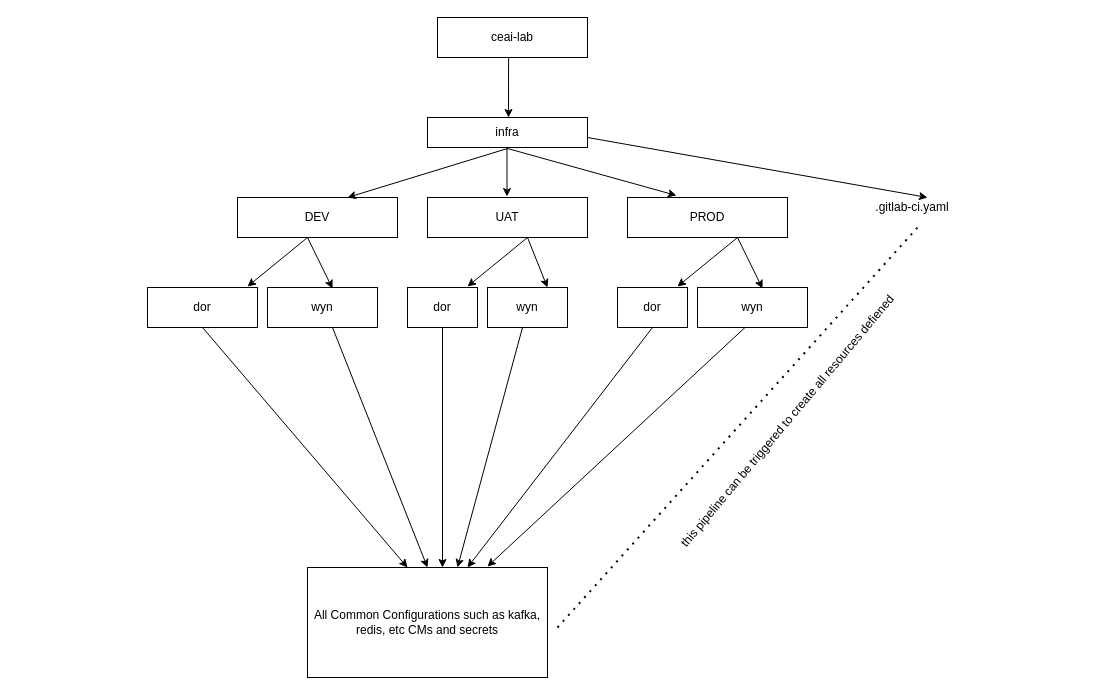
The draw.io diagram Untitled Diagram.drawio in vishalshah1984/samle-CI, before the edit. Source tidied: cells renumbered, new cells numbered last; positions are measured from the earlier drawing's top-left corner, leaving out a move shared by most shapes. Both pictures are drawn from the tidied source at 100%, with x=0, y=0 at pixel (147, 17).
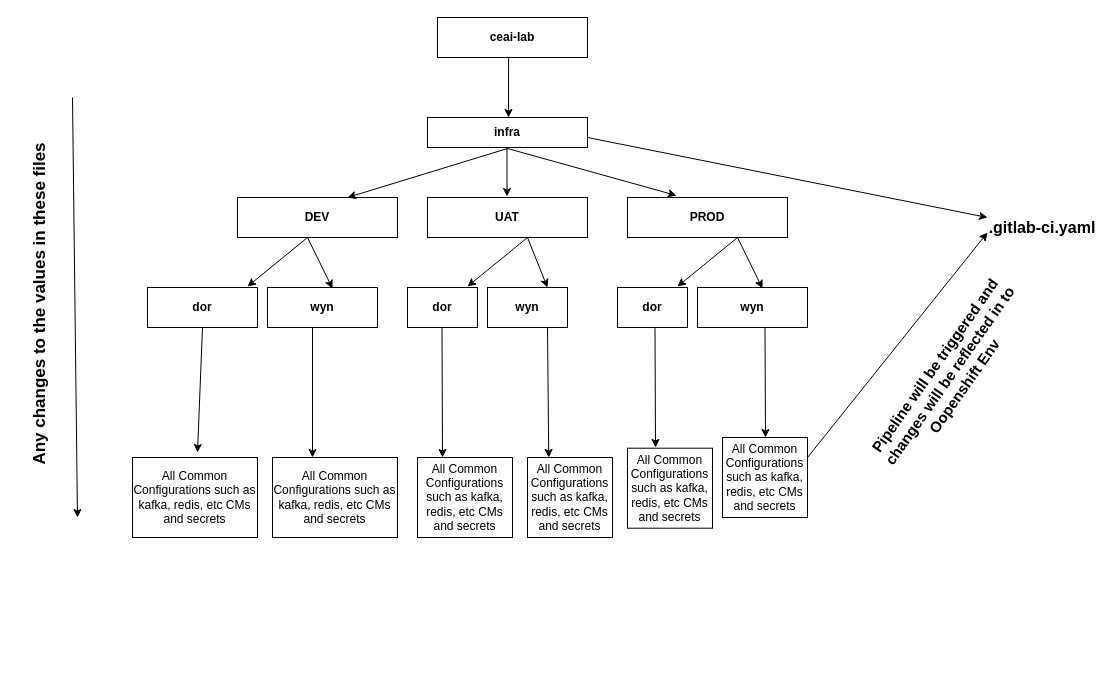
The same diagram, later.

Diff of the diagram source:
```diff
@@
-    <mxCell id="2" value="ceai-lab" style="rounded=0;whiteSpace=wrap;html=1;" parent="1" vertex="1">
+    <mxCell id="2" value="ceai-lab" style="rounded=0;whiteSpace=wrap;html=1;fontStyle=1;" parent="1" vertex="1">
       <mxGeometry x="290" width="150" height="40" as="geometry" />
     </mxCell>
@@
-    <mxCell id="4" value="infra" style="rounded=0;whiteSpace=wrap;html=1;" parent="1" vertex="1">
+    <mxCell id="4" value="infra" style="rounded=0;whiteSpace=wrap;html=1;fontStyle=1;" parent="1" vertex="1">
       <mxGeometry x="280" y="100" width="160" height="30" as="geometry" />
     </mxCell>
@@
-    <mxCell id="6" value="UAT" style="rounded=0;whiteSpace=wrap;html=1;" parent="1" vertex="1">
+    <mxCell id="6" value="UAT" style="rounded=0;whiteSpace=wrap;html=1;fontStyle=1;" parent="1" vertex="1">
       <mxGeometry x="280" y="180" width="160" height="40" as="geometry" />
     </mxCell>
@@
-    <mxCell id="8" value="DEV" style="rounded=0;whiteSpace=wrap;html=1;" parent="1" vertex="1">
+    <mxCell id="8" value="DEV" style="rounded=0;whiteSpace=wrap;html=1;fontStyle=1;" parent="1" vertex="1">
       <mxGeometry x="90" y="180" width="160" height="40" as="geometry" />
     </mxCell>
-    <mxCell id="9" value="PROD" style="rounded=0;whiteSpace=wrap;html=1;" parent="1" vertex="1">
+    <mxCell id="9" value="PROD" style="rounded=0;whiteSpace=wrap;html=1;fontStyle=1;" parent="1" vertex="1">
       <mxGeometry x="480" y="180" width="160" height="40" as="geometry" />
     </mxCell>
@@
-    <mxCell id="13" value="dor" style="rounded=0;whiteSpace=wrap;html=1;" parent="1" vertex="1">
+    <mxCell id="13" value="dor" style="rounded=0;whiteSpace=wrap;html=1;fontStyle=1;" parent="1" vertex="1">
       <mxGeometry y="270" width="110" height="40" as="geometry" />
     </mxCell>
-    <mxCell id="14" value="wyn" style="rounded=0;whiteSpace=wrap;html=1;" parent="1" vertex="1">
+    <mxCell id="14" value="wyn" style="rounded=0;whiteSpace=wrap;html=1;fontStyle=1;" parent="1" vertex="1">
       <mxGeometry x="120" y="270" width="110" height="40" as="geometry" />
     </mxCell>
@@
-    <mxCell id="17" value="dor" style="rounded=0;whiteSpace=wrap;html=1;" parent="1" vertex="1">
+    <mxCell id="17" value="dor" style="rounded=0;whiteSpace=wrap;html=1;fontStyle=1;" parent="1" vertex="1">
       <mxGeometry x="260" y="270" width="70" height="40" as="geometry" />
     </mxCell>
-    <mxCell id="18" value="wyn" style="rounded=0;whiteSpace=wrap;html=1;" parent="1" vertex="1">
+    <mxCell id="18" value="wyn" style="rounded=0;whiteSpace=wrap;html=1;fontStyle=1;" parent="1" vertex="1">
       <mxGeometry x="340" y="270" width="80" height="40" as="geometry" />
     </mxCell>
@@
-    <mxCell id="21" value="dor" style="rounded=0;whiteSpace=wrap;html=1;" parent="1" vertex="1">
+    <mxCell id="21" value="dor" style="rounded=0;whiteSpace=wrap;html=1;fontStyle=1;" parent="1" vertex="1">
       <mxGeometry x="470" y="270" width="70" height="40" as="geometry" />
     </mxCell>
-    <mxCell id="22" value="wyn" style="rounded=0;whiteSpace=wrap;html=1;" parent="1" vertex="1">
+    <mxCell id="22" value="wyn" style="rounded=0;whiteSpace=wrap;html=1;fontStyle=1;" parent="1" vertex="1">
       <mxGeometry x="550" y="270" width="110" height="40" as="geometry" />
     </mxCell>
     <mxCell id="23" style="endArrow=classic;html=1;exitX=0.5;exitY=1;exitDx=0;exitDy=0;" parent="1" edge="1" source="13">
       <mxGeometry relative="1" as="geometry">
-        <mxPoint x="260" y="550" as="targetPoint" />
+        <mxPoint x="50" y="435" as="targetPoint" />
       </mxGeometry>
     </mxCell>
-    <mxCell id="24" style="endArrow=classic;html=1;exitX=0.5;exitY=1;exitDx=0;exitDy=0;" parent="1" edge="1">
+    <mxCell id="24" style="endArrow=classic;html=1;exitX=0.5;exitY=1;exitDx=0;exitDy=0;entryX=0.32;entryY=0;entryDx=0;entryDy=0;entryPerimeter=0;" parent="1" edge="1" target="34">
       <mxGeometry relative="1" as="geometry">
-        <mxPoint x="185" y="310" as="sourcePoint" />
-        <mxPoint x="280" y="550" as="targetPoint" />
+        <mxPoint x="165" y="310" as="sourcePoint" />
       </mxGeometry>
     </mxCell>
     <mxCell id="25" style="endArrow=classic;html=1;exitX=0.5;exitY=1;exitDx=0;exitDy=0;" parent="1" edge="1">
       <mxGeometry relative="1" as="geometry">
-        <mxPoint x="295" y="310" as="sourcePoint" />
-        <mxPoint x="295" y="550" as="targetPoint" />
+        <mxPoint x="294.5" y="310" as="sourcePoint" />
+        <mxPoint x="295" y="440" as="targetPoint" />
       </mxGeometry>
     </mxCell>
-    <mxCell id="26" style="endArrow=classic;html=1;exitX=0.5;exitY=1;exitDx=0;exitDy=0;" parent="1" edge="1">
-      <mxGeometry relative="1" as="geometry">
-        <mxPoint x="375" y="310" as="sourcePoint" />
-        <mxPoint x="310" y="550" as="targetPoint" />
-      </mxGeometry>
+    <mxCell id="26" style="endArrow=classic;html=1;exitX=0.75;exitY=1;exitDx=0;exitDy=0;entryX=0.25;entryY=0;entryDx=0;entryDy=0;" parent="1" edge="1" source="18" target="36">
+      <mxGeometry relative="1" as="geometry" />
     </mxCell>
     <mxCell id="27" style="endArrow=classic;html=1;exitX=0.5;exitY=1;exitDx=0;exitDy=0;" parent="1" edge="1">
       <mxGeometry relative="1" as="geometry">
-        <mxPoint x="505" y="310" as="sourcePoint" />
-        <mxPoint x="320" y="550" as="targetPoint" />
+        <mxPoint x="507.5" y="310.7" as="sourcePoint" />
+        <mxPoint x="508" y="430" as="targetPoint" />
       </mxGeometry>
     </mxCell>
     <mxCell id="28" style="endArrow=classic;html=1;exitX=0.5;exitY=1;exitDx=0;exitDy=0;" parent="1" edge="1">
       <mxGeometry relative="1" as="geometry">
-        <mxPoint x="597.5" y="310" as="sourcePoint" />
-        <mxPoint x="340" y="549" as="targetPoint" />
+        <mxPoint x="617.5" y="310" as="sourcePoint" />
+        <mxPoint x="618" y="420" as="targetPoint" />
       </mxGeometry>
     </mxCell>
     <mxCell id="29" value="All Common Configurations such as kafka, redis, etc CMs and secrets" style="rounded=0;whiteSpace=wrap;html=1;" parent="1" vertex="1">
-      <mxGeometry x="160" y="550" width="240" height="110" as="geometry" />
+      <mxGeometry x="-15" y="440" width="125" height="80" as="geometry" />
     </mxCell>
-    <mxCell id="30" style="endArrow=classic;html=1;exitX=0.474;exitY=1.013;exitDx=0;exitDy=0;exitPerimeter=0;" parent="1" edge="1">
+    <mxCell id="30" style="endArrow=classic;html=1;exitX=0.474;exitY=1.013;exitDx=0;exitDy=0;exitPerimeter=0;entryX=0;entryY=0;entryDx=0;entryDy=0;" parent="1" edge="1" target="31">
       <mxGeometry relative="1" as="geometry">
         <mxPoint x="440" y="120" as="sourcePoint" />
-        <mxPoint x="780" y="180" as="targetPoint" />
       </mxGeometry>
     </mxCell>
-    <mxCell id="31" value=".gitlab-ci.yaml" style="text;html=1;strokeColor=none;fillColor=none;align=center;verticalAlign=middle;whiteSpace=wrap;rounded=0;" parent="1" vertex="1">
-      <mxGeometry x="690" y="180" width="150" height="20" as="geometry" />
+    <mxCell id="31" value=".gitlab-ci.yaml" style="text;html=1;strokeColor=none;fillColor=none;align=center;verticalAlign=middle;whiteSpace=wrap;rounded=0;fontSize=16;fontStyle=1;" parent="1" vertex="1">
+      <mxGeometry x="840" y="200" width="110" height="20" as="geometry" />
     </mxCell>
-    <mxCell id="32" style="endArrow=none;dashed=1;html=1;dashPattern=1 3;strokeWidth=2;" parent="1" edge="1">
-      <mxGeometry relative="1" as="geometry">
-        <mxPoint x="410" y="610" as="sourcePoint" />
-        <mxPoint x="770" y="210" as="targetPoint" />
-      </mxGeometry>
-    </mxCell>
-    <mxCell id="33" value="this pipeline can be triggered to create all resources defiened" style="text;html=1;strokeColor=none;fillColor=none;align=center;verticalAlign=middle;whiteSpace=wrap;rounded=0;rotation=-50;" parent="1" vertex="1">
-      <mxGeometry x="453.7" y="380.7" width="372.9" height="46.6" as="geometry" />
+    <mxCell id="33" value="Pipeline will be triggered and changes will be reflected in to Oopenshift Env" style="text;html=1;strokeColor=none;fillColor=none;align=center;verticalAlign=middle;whiteSpace=wrap;rounded=0;rotation=-55;fontStyle=1;strokeWidth=2;fontSize=15;" parent="1" vertex="1">
+      <mxGeometry x="688.4" y="310.2" width="227.8" height="95.5" as="geometry" />
     </mxCell>
+    <mxCell id="34" value="All Common Configurations such as kafka, redis, etc CMs and secrets" style="rounded=0;whiteSpace=wrap;html=1;" parent="1" vertex="1">
+      <mxGeometry x="125" y="440" width="125" height="80" as="geometry" />
+    </mxCell>
+    <mxCell id="35" value="All Common Configurations such as kafka, redis, etc CMs and secrets" style="rounded=0;whiteSpace=wrap;html=1;" parent="1" vertex="1">
+      <mxGeometry x="270" y="440" width="95" height="80" as="geometry" />
+    </mxCell>
+    <mxCell id="36" value="All Common Configurations such as kafka, redis, etc CMs and secrets" style="rounded=0;whiteSpace=wrap;html=1;" parent="1" vertex="1">
+      <mxGeometry x="380" y="440" width="85" height="80" as="geometry" />
+    </mxCell>
+    <mxCell id="37" value="All Common Configurations such as kafka, redis, etc CMs and secrets" style="rounded=0;whiteSpace=wrap;html=1;" parent="1" vertex="1">
+      <mxGeometry x="480" y="430.7" width="85" height="80" as="geometry" />
+    </mxCell>
+    <mxCell id="38" value="All Common Configurations such as kafka, redis, etc CMs and secrets" style="rounded=0;whiteSpace=wrap;html=1;" parent="1" vertex="1">
+      <mxGeometry x="575" y="420" width="85" height="80" as="geometry" />
+    </mxCell>
+    <mxCell id="39" style="endArrow=classic;html=1;exitX=0.5;exitY=1;exitDx=0;exitDy=0;" parent="1" edge="1">
+      <mxGeometry relative="1" as="geometry">
+        <mxPoint x="-75" y="80" as="sourcePoint" />
+        <mxPoint x="-70" y="500" as="targetPoint" />
+      </mxGeometry>
+    </mxCell>
+    <mxCell id="40" style="endArrow=classic;html=1;entryX=0;entryY=0.75;entryDx=0;entryDy=0;exitX=1;exitY=0.25;exitDx=0;exitDy=0;" parent="1" edge="1" source="38" target="31">
+      <mxGeometry relative="1" as="geometry" />
+    </mxCell>
+    <mxCell id="41" value="Any changes to the values in these files" style="text;html=1;strokeColor=none;fillColor=none;align=center;verticalAlign=middle;whiteSpace=wrap;rounded=0;rotation=-90;fontStyle=1;fontSize=17;" parent="1" vertex="1">
+      <mxGeometry x="-294.4" y="263.6" width="375" height="46.6" as="geometry" />
+    </mxCell>
```
